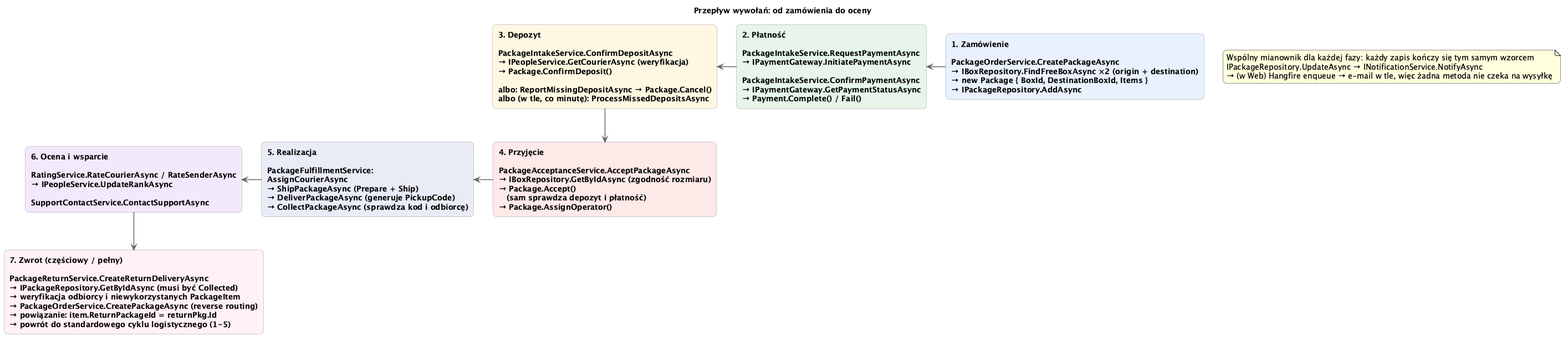
AGH-ISI-projects/package-management keeps this PlantUML diagram as krzycha/docs/nowe/method-call-flow.png. Above is the earlier version.
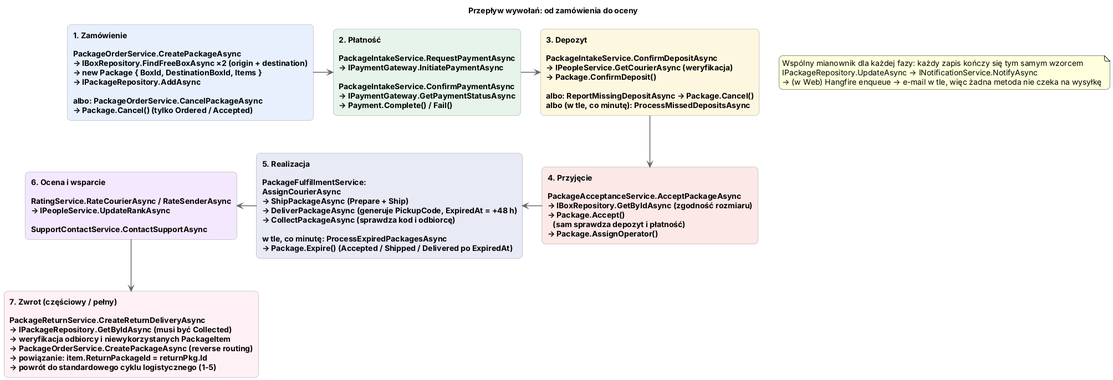
After the commit.

Commit message:
code flow igora

Diff of the diagram source:
```diff
@@ -12,7 +12,7 @@
     FontStyle bold
 }
 
-rectangle "<b>1. Zamówienie</b>\n\nPackageOrderService.CreatePackageAsync\n→ IBoxRepository.FindFreeBoxAsync ×2 (origin + destination)\n→ new Package { BoxId, DestinationBoxId, Items }\n→ IPackageRepository.AddAsync" as F1 #E8F0FE
+rectangle "<b>1. Zamówienie</b>\n\nPackageOrderService.CreatePackageAsync\n→ IBoxRepository.FindFreeBoxAsync ×2 (origin + destination)\n→ new Package { BoxId, DestinationBoxId, Items }\n→ IPackageRepository.AddAsync\n\nalbo: PackageOrderService.CancelPackageAsync\n→ Package.Cancel() (tylko Ordered / Accepted)" as F1 #E8F0FE
 
 rectangle "<b>2. Płatność</b>\n\nPackageIntakeService.RequestPaymentAsync\n→ IPaymentGateway.InitiatePaymentAsync\n\nPackageIntakeService.ConfirmPaymentAsync\n→ IPaymentGateway.GetPaymentStatusAsync\n→ Payment.Complete() / Fail()" as F2 #E6F4EA
 
@@ -20,7 +20,7 @@
 
 rectangle "<b>4. Przyjęcie</b>\n\nPackageAcceptanceService.AcceptPackageAsync\n→ IBoxRepository.GetByIdAsync (zgodność rozmiaru)\n→ Package.Accept()\n   (sam sprawdza depozyt i płatność)\n→ Package.AssignOperator()" as F4 #FCE8E6
 
-rectangle "<b>5. Realizacja</b>\n\nPackageFulfillmentService:\nAssignCourierAsync\n→ ShipPackageAsync (Prepare + Ship)\n→ DeliverPackageAsync (generuje PickupCode)\n→ CollectPackageAsync (sprawdza kod i odbiorcę)" as F5 #E8EAF6
+rectangle "<b>5. Realizacja</b>\n\nPackageFulfillmentService:\nAssignCourierAsync\n→ ShipPackageAsync (Prepare + Ship)\n→ DeliverPackageAsync (generuje PickupCode, ExpiredAt = +48 h)\n→ CollectPackageAsync (sprawdza kod i odbiorcę)\n\nw tle, co minutę: ProcessExpiredPackagesAsync\n→ Package.Expire() (Accepted / Shipped / Delivered po ExpiredAt)" as F5 #E8EAF6
 
 rectangle "<b>6. Ocena i wsparcie</b>\n\nRatingService.RateCourierAsync / RateSenderAsync\n→ IPeopleService.UpdateRankAsync\n\nSupportContactService.ContactSupportAsync" as F6 #F3E8FD
 
```
